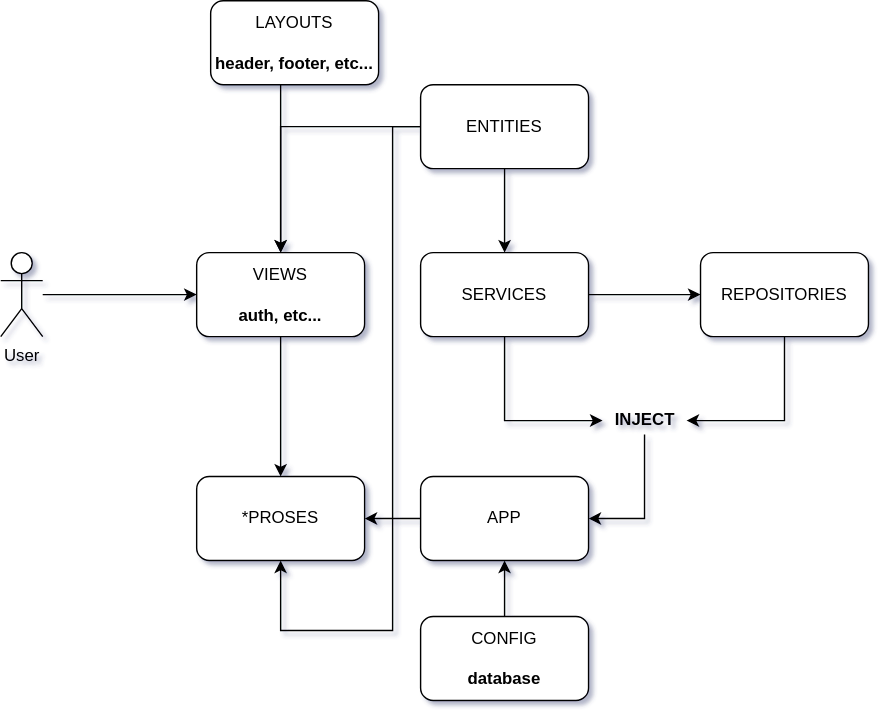
Before: Assets/arch.svg, a diagram exported from draw.io (SemmiDev/app). Source tidied: cells renumbered, new cells last; positions are measured from the earlier drawing's top-left corner, leaving out a move shared by most shapes.
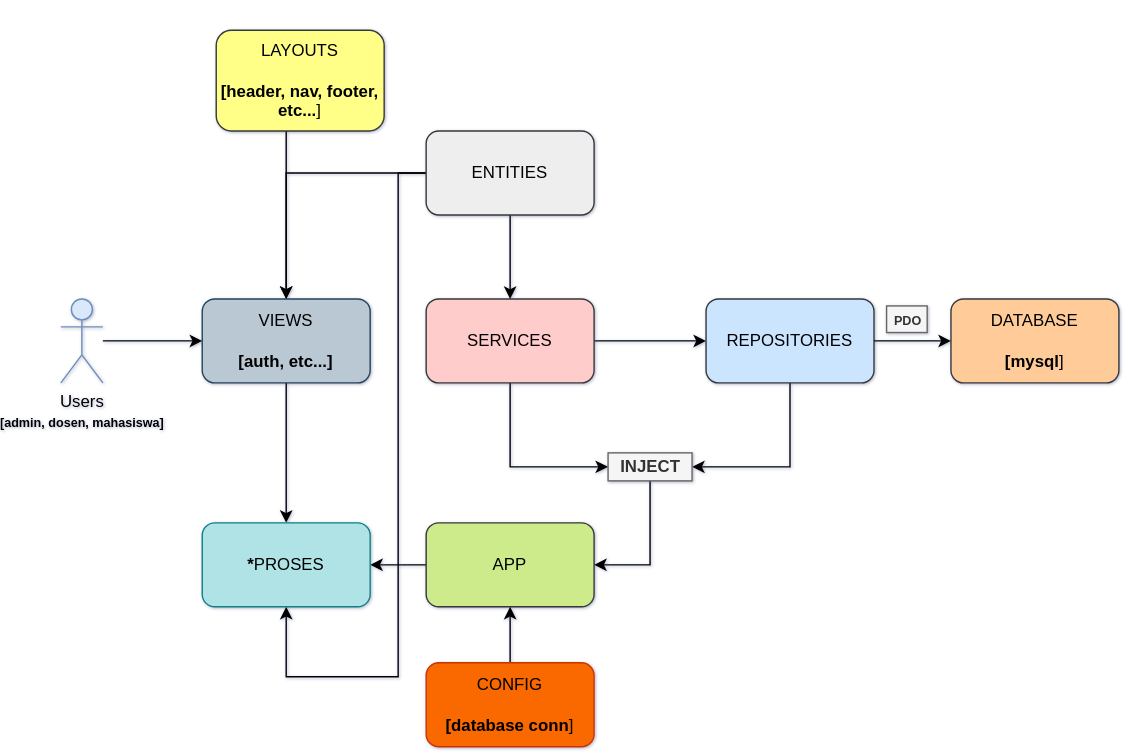
The same file after the commit.

Diff of the diagram source:
```diff
@@ -12,7 +12,7 @@
         </Array>
       </mxGeometry>
     </mxCell>
-    <mxCell id="4" value="SERVICES" style="rounded=1;whiteSpace=wrap;html=1;" parent="1" vertex="1">
+    <mxCell id="4" value="SERVICES" style="rounded=1;whiteSpace=wrap;html=1;fillColor=#ffcccc;strokeColor=#36393d;" parent="1" vertex="1">
       <mxGeometry x="300" y="180" width="120" height="60" as="geometry" />
     </mxCell>
     <mxCell id="5" style="edgeStyle=orthogonalEdgeStyle;rounded=0;jettySize=auto;html=1;" parent="1" edge="1" source="6" target="16">
@@ -22,37 +22,37 @@
         </Array>
       </mxGeometry>
     </mxCell>
-    <mxCell id="6" value="REPOSITORIES" style="rounded=1;whiteSpace=wrap;html=1;" parent="1" vertex="1">
+    <mxCell id="6" value="REPOSITORIES" style="rounded=1;whiteSpace=wrap;html=1;fillColor=#cce5ff;strokeColor=#36393d;" parent="1" vertex="1">
       <mxGeometry x="500" y="180" width="120" height="60" as="geometry" />
     </mxCell>
     <mxCell id="7" style="edgeStyle=orthogonalEdgeStyle;rounded=0;jettySize=auto;html=1;" parent="1" edge="1" source="10" target="4">
       <mxGeometry relative="1" as="geometry" />
     </mxCell>
-    <mxCell id="8" style="edgeStyle=orthogonalEdgeStyle;rounded=0;jettySize=auto;html=1;entryX=0.5;entryY=0;entryDx=0;entryDy=0;" parent="1" edge="1" source="10" target="12">
-      <mxGeometry relative="1" as="geometry" />
-    </mxCell>
-    <mxCell id="9" style="edgeStyle=orthogonalEdgeStyle;rounded=0;jettySize=auto;html=1;entryX=0.5;entryY=1;entryDx=0;entryDy=0;" parent="1" edge="1" source="10" target="19">
-      <mxGeometry relative="1" as="geometry">
-        <Array as="points">
-          <mxPoint x="280" y="90" />
-          <mxPoint x="280" y="450" />
-          <mxPoint x="200" y="450" />
-        </Array>
-      </mxGeometry>
-    </mxCell>
+    <mxCell id="24" style="edgeStyle=orthogonalEdgeStyle;rounded=0;jettySize=auto;html=1;entryX=0.5;entryY=0;entryDx=0;entryDy=0;" parent="1" edge="1" source="10" target="27">
+      <mxGeometry relative="1" as="geometry" />
+    </mxCell>
+    <mxCell id="25" style="edgeStyle=orthogonalEdgeStyle;rounded=0;jettySize=auto;html=1;entryX=0.5;entryY=1;entryDx=0;entryDy=0;" parent="1" edge="1" source="10" target="31">
+      <mxGeometry relative="1" as="geometry">
+        <Array as="points">
+          <mxPoint x="280" y="90" />
+          <mxPoint x="280" y="450" />
+          <mxPoint x="200" y="450" />
+        </Array>
+      </mxGeometry>
+    </mxCell>
-    <mxCell id="10" value="ENTITIES" style="rounded=1;whiteSpace=wrap;html=1;" parent="1" vertex="1">
+    <mxCell id="10" value="ENTITIES" style="rounded=1;whiteSpace=wrap;html=1;fillColor=#eeeeee;strokeColor=#36393d;" parent="1" vertex="1">
       <mxGeometry x="300" y="60" width="120" height="60" as="geometry" />
     </mxCell>
-    <mxCell id="11" style="edgeStyle=orthogonalEdgeStyle;rounded=0;jettySize=auto;html=1;entryX=0.5;entryY=0;entryDx=0;entryDy=0;" parent="1" edge="1" source="12" target="19">
-      <mxGeometry relative="1" as="geometry" />
-    </mxCell>
-    <mxCell id="12" value="&lt;div&gt;VIEWS&lt;/div&gt;&lt;div&gt;&lt;b&gt;&lt;br&gt;&lt;/b&gt;&lt;/div&gt;&lt;div&gt;&lt;b&gt;auth, etc...&lt;br&gt;&lt;/b&gt;&lt;/div&gt;" style="rounded=1;whiteSpace=wrap;html=1;" parent="1" vertex="1">
-      <mxGeometry x="140" y="180" width="120" height="60" as="geometry" />
-    </mxCell>
-    <mxCell id="13" style="edgeStyle=orthogonalEdgeStyle;rounded=0;jettySize=auto;html=1;" parent="1" edge="1" source="14" target="19">
-      <mxGeometry relative="1" as="geometry" />
-    </mxCell>
+    <mxCell id="26" style="edgeStyle=orthogonalEdgeStyle;rounded=0;jettySize=auto;html=1;entryX=0.5;entryY=0;entryDx=0;entryDy=0;" parent="1" edge="1" source="27" target="31">
+      <mxGeometry relative="1" as="geometry" />
+    </mxCell>
+    <mxCell id="27" value="&lt;div&gt;VIEWS&lt;/div&gt;&lt;div&gt;&lt;b&gt;&lt;br&gt;&lt;/b&gt;&lt;/div&gt;&lt;div&gt;&lt;b&gt;[auth, etc...]&lt;br&gt;&lt;/b&gt;&lt;/div&gt;" style="rounded=1;whiteSpace=wrap;html=1;fillColor=#bac8d3;strokeColor=#23445d;" parent="1" vertex="1">
+      <mxGeometry x="140" y="180" width="120" height="60" as="geometry" />
+    </mxCell>
+    <mxCell id="28" style="edgeStyle=orthogonalEdgeStyle;rounded=0;jettySize=auto;html=1;" parent="1" edge="1" source="14" target="31">
+      <mxGeometry relative="1" as="geometry" />
+    </mxCell>
-    <mxCell id="14" value="APP" style="rounded=1;whiteSpace=wrap;html=1;" parent="1" vertex="1">
+    <mxCell id="14" value="APP" style="rounded=1;whiteSpace=wrap;html=1;fillColor=#cdeb8b;strokeColor=#36393d;" parent="1" vertex="1">
       <mxGeometry x="300" y="340" width="120" height="60" as="geometry" />
     </mxCell>
     <mxCell id="15" style="edgeStyle=orthogonalEdgeStyle;rounded=0;jettySize=auto;html=1;entryX=1;entryY=0.5;entryDx=0;entryDy=0;" parent="1" edge="1" source="16" target="14">
@@ -62,34 +62,43 @@
         </Array>
       </mxGeometry>
     </mxCell>
-    <mxCell id="16" value="INJECT" style="text;html=1;align=center;verticalAlign=middle;points=[];strokeColor=none;fillColor=none;fontStyle=1;" parent="1" vertex="1">
+    <mxCell id="16" value="INJECT" style="text;html=1;align=center;verticalAlign=middle;points=[];strokeColor=#666666;fillColor=#f5f5f5;fontStyle=1;fontColor=#333333;" parent="1" vertex="1">
       <mxGeometry x="430" y="290" width="60" height="20" as="geometry" />
     </mxCell>
-    <mxCell id="17" style="endArrow=classic;html=1;rounded=0;" parent="1" edge="1" source="18" target="12">
-      <mxGeometry relative="1" as="geometry" />
-    </mxCell>
-    <mxCell id="18" value="User" style="shape=umlActor;verticalLabelPosition=bottom;verticalAlign=top;html=1;outlineConnect=0;" parent="1" vertex="1">
-      <mxGeometry y="180" width="30" height="60" as="geometry" />
-    </mxCell>
-    <mxCell id="19" value="*PROSES" style="rounded=1;whiteSpace=wrap;html=1;" parent="1" vertex="1">
-      <mxGeometry x="140" y="340" width="120" height="60" as="geometry" />
-    </mxCell>
-    <mxCell id="20" style="edgeStyle=orthogonalEdgeStyle;rounded=0;jettySize=auto;html=1;entryX=0.5;entryY=1;entryDx=0;entryDy=0;" parent="1" edge="1" source="21" target="14">
-      <mxGeometry relative="1" as="geometry" />
-    </mxCell>
-    <mxCell id="21" value="&lt;div&gt;CONFIG&lt;/div&gt;&lt;div&gt;&lt;br&gt;&lt;/div&gt;&lt;div&gt;&lt;b&gt;database&lt;/b&gt;&lt;br&gt;&lt;/div&gt;" style="rounded=1;whiteSpace=wrap;html=1;" parent="1" vertex="1">
-      <mxGeometry x="300" y="440" width="120" height="60" as="geometry" />
-    </mxCell>
-    <mxCell id="22" style="edgeStyle=orthogonalEdgeStyle;rounded=0;jettySize=auto;html=1;entryX=0.5;entryY=0;entryDx=0;entryDy=0;" parent="1" edge="1" source="23" target="12">
-      <mxGeometry relative="1" as="geometry">
-        <Array as="points">
-          <mxPoint x="200" y="100" />
-          <mxPoint x="200" y="100" />
-        </Array>
-      </mxGeometry>
-    </mxCell>
-    <mxCell id="23" value="&lt;div&gt;LAYOUTS&lt;/div&gt;&lt;div&gt;&lt;br&gt;&lt;/div&gt;&lt;div&gt;&lt;b&gt;header, footer, etc...&lt;/b&gt;&lt;br&gt;&lt;/div&gt;" style="rounded=1;whiteSpace=wrap;html=1;" parent="1" vertex="1">
-      <mxGeometry x="150" width="120" height="60" as="geometry" />
-    </mxCell>
+    <mxCell id="29" style="endArrow=classic;html=1;rounded=0;" parent="1" edge="1" source="30" target="27">
+      <mxGeometry relative="1" as="geometry" />
+    </mxCell>
+    <mxCell id="30" value="&lt;div&gt;Users&lt;/div&gt;&lt;div&gt;&lt;font size=&quot;1&quot;&gt;&lt;b style=&quot;font-size: 9px;&quot;&gt;[admin, dosen, mahasiswa]&lt;/b&gt;&lt;/font&gt;&lt;br&gt;&lt;/div&gt;" style="shape=umlActor;verticalLabelPosition=bottom;verticalAlign=top;html=1;outlineConnect=0;fillColor=#dae8fc;strokeColor=#6c8ebf;" parent="1" vertex="1">
+      <mxGeometry x="39" y="180" width="30" height="60" as="geometry" />
+    </mxCell>
+    <mxCell id="31" value="&lt;b&gt;*&lt;/b&gt;PROSES" style="rounded=1;whiteSpace=wrap;html=1;fillColor=#b0e3e6;strokeColor=#0e8088;" parent="1" vertex="1">
+      <mxGeometry x="140" y="340" width="120" height="60" as="geometry" />
+    </mxCell>
+    <mxCell id="32" style="edgeStyle=orthogonalEdgeStyle;rounded=0;jettySize=auto;html=1;entryX=0.5;entryY=1;entryDx=0;entryDy=0;" parent="1" edge="1" source="33" target="14">
+      <mxGeometry relative="1" as="geometry" />
+    </mxCell>
+    <mxCell id="33" value="&lt;div&gt;CONFIG&lt;/div&gt;&lt;div&gt;&lt;br&gt;&lt;/div&gt;&lt;div&gt;&lt;b&gt;[database&lt;/b&gt; &lt;b&gt;conn&lt;/b&gt;]&lt;br&gt;&lt;/div&gt;" style="rounded=1;whiteSpace=wrap;html=1;fillColor=#fa6800;strokeColor=#C73500;fontColor=#000000;" parent="1" vertex="1">
+      <mxGeometry x="300" y="440" width="120" height="60" as="geometry" />
+    </mxCell>
+    <mxCell id="34" style="edgeStyle=orthogonalEdgeStyle;rounded=0;jettySize=auto;html=1;entryX=0.5;entryY=0;entryDx=0;entryDy=0;" parent="1" edge="1" source="35" target="27">
+      <mxGeometry relative="1" as="geometry">
+        <Array as="points">
+          <mxPoint x="200" y="100" />
+          <mxPoint x="200" y="100" />
+        </Array>
+      </mxGeometry>
+    </mxCell>
+    <mxCell id="35" value="&lt;div&gt;&lt;br&gt;&lt;/div&gt;&lt;div&gt;&lt;br&gt;&lt;/div&gt;&lt;div&gt;LAYOUTS&lt;/div&gt;&lt;div&gt;&lt;br&gt;&lt;/div&gt;&lt;div&gt;&lt;b&gt;[header, nav, footer, etc...&lt;/b&gt;]&lt;/div&gt;&lt;div&gt;&lt;br&gt;&lt;/div&gt;&lt;div&gt;&lt;br&gt;&lt;/div&gt;" style="rounded=1;whiteSpace=wrap;html=1;fillColor=#ffff88;strokeColor=#36393d;" parent="1" vertex="1">
+      <mxGeometry x="150" y="-12" width="120" height="72" as="geometry" />
+    </mxCell>
+    <mxCell id="36" value="&lt;div&gt;&lt;br&gt;&lt;/div&gt;&lt;div&gt;&lt;br&gt;&lt;/div&gt;&lt;div&gt;&lt;br&gt;&lt;/div&gt;&lt;div&gt;DATABASE&lt;/div&gt;&lt;div&gt;&lt;b&gt;&lt;br&gt;&lt;/b&gt;&lt;/div&gt;&lt;div&gt;&lt;b&gt;[mysql&lt;/b&gt;]&lt;br&gt;&lt;/div&gt;&lt;div&gt;&lt;br&gt;&lt;/div&gt;&lt;div&gt;&lt;br&gt;&lt;/div&gt;&lt;div&gt;&lt;br&gt;&lt;/div&gt;" style="rounded=1;whiteSpace=wrap;html=1;fillColor=#ffcc99;strokeColor=#36393d;" parent="1" vertex="1">
+      <mxGeometry x="675" y="180" width="120" height="60" as="geometry" />
+    </mxCell>
+    <mxCell id="37" style="edgeStyle=orthogonalEdgeStyle;rounded=0;jettySize=auto;html=1;exitX=1;exitY=0.5;exitDx=0;exitDy=0;" parent="1" edge="1" source="6" target="36">
+      <mxGeometry relative="1" as="geometry" />
+    </mxCell>
+    <mxCell id="38" value="&lt;font style=&quot;font-size: 9px;&quot;&gt;PDO&lt;/font&gt;" style="text;html=1;align=center;verticalAlign=middle;strokeColor=#666666;fillColor=#f5f5f5;hachureGap=4;fontStyle=1;fontColor=#333333;" parent="1" vertex="1">
+      <mxGeometry x="629" y="185" width="29" height="19" as="geometry" />
+    </mxCell>
   </root>
 </mxGraphModel>
```
